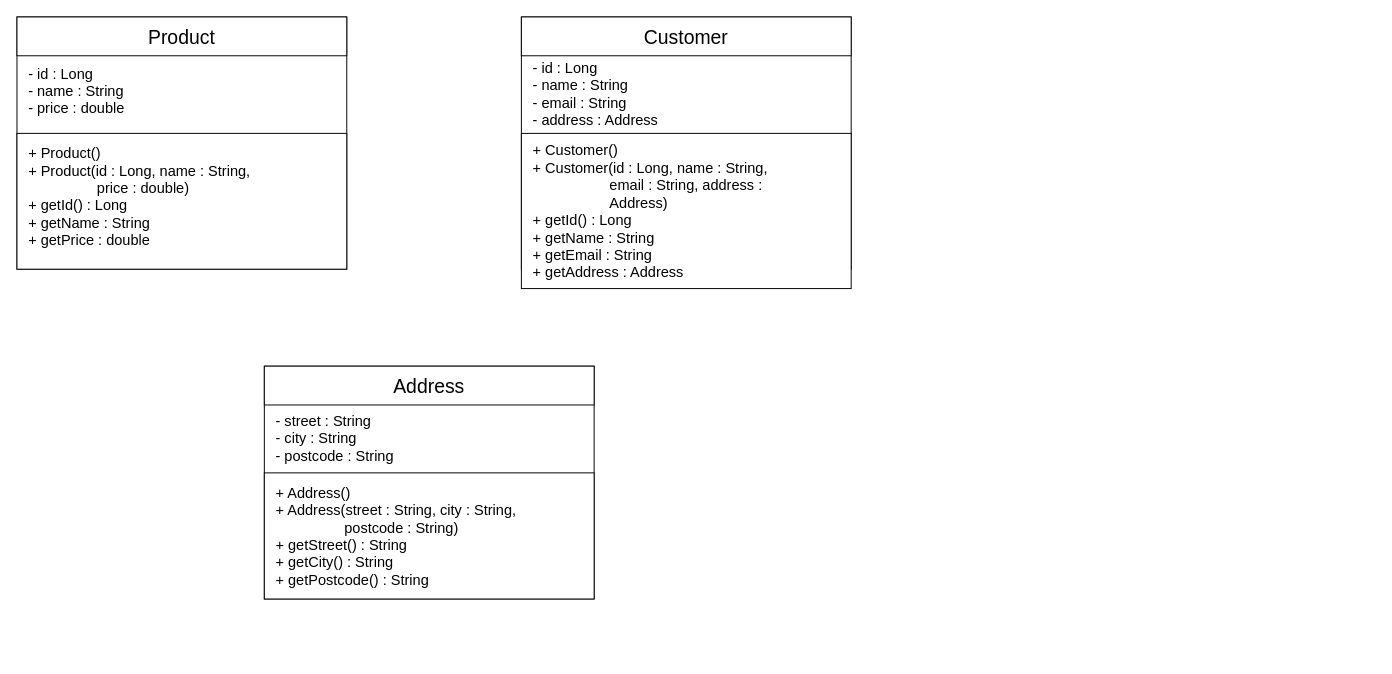
Before: docs/uml/OOP_UML.drawio in gimasha20250188-cpu/OOP_Tutorials, a draw.io diagram. Source tidied: cells renumbered, new cells numbered last; positions are measured from the earlier drawing's top-left corner, leaving out a move shared by most shapes. Both pictures are drawn from the tidied source at 97%, with x=0, y=0 at pixel (16, 16).
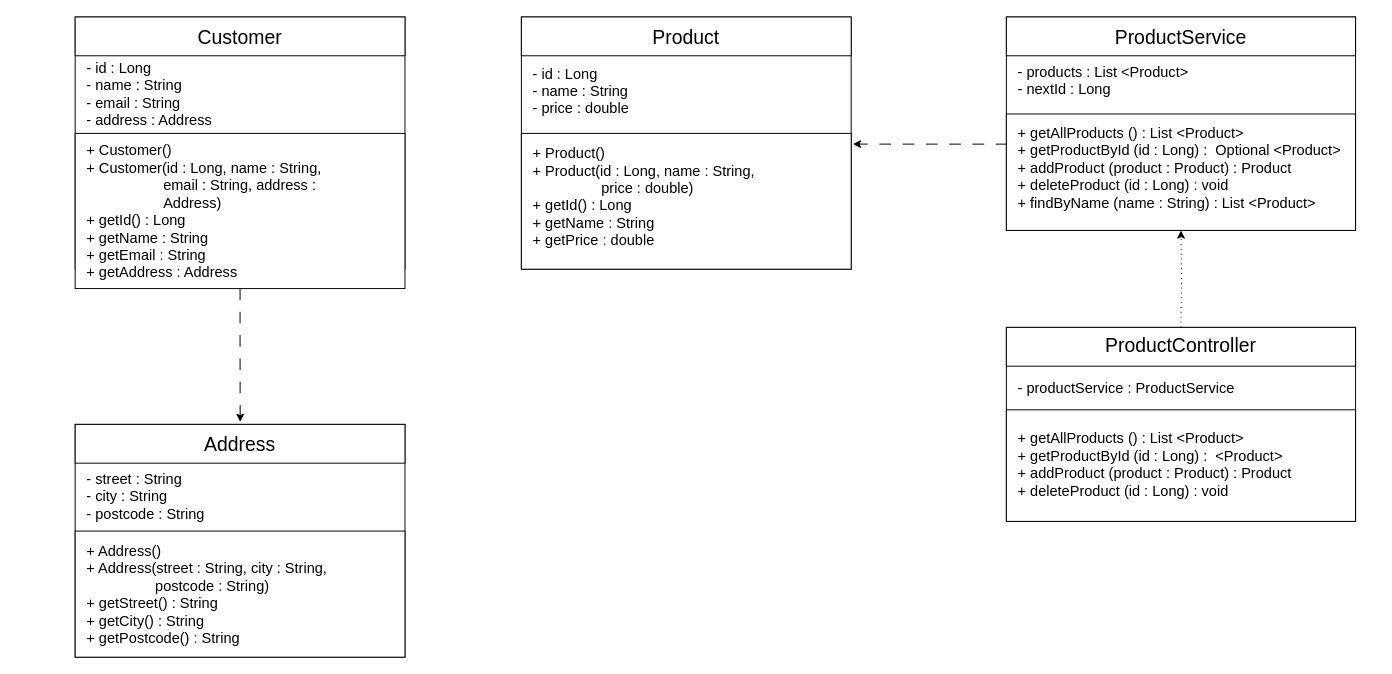
The same page after the edit.

Commit message:
Tutorial 03 UML notations

What changed in the source:
```diff
@@
     <mxCell id="2" style="rounded=0;whiteSpace=wrap;html=1;" parent="1" vertex="1">
-      <mxGeometry width="340" height="260" as="geometry" />
+      <mxGeometry x="520" width="340" height="260" as="geometry" />
     </mxCell>
     <mxCell id="3" style="rounded=0;whiteSpace=wrap;html=1;" parent="1" vertex="1">
-      <mxGeometry width="340" height="40" as="geometry" />
+      <mxGeometry x="520" width="340" height="40" as="geometry" />
     </mxCell>
     <mxCell id="4" value="Product" style="text;html=1;whiteSpace=wrap;strokeColor=none;fillColor=none;align=center;verticalAlign=middle;rounded=0;fontSize=20;" parent="1" vertex="1">
-      <mxGeometry x="140" y="5" width="60" height="30" as="geometry" />
+      <mxGeometry x="660" y="5" width="60" height="30" as="geometry" />
     </mxCell>
     <mxCell id="5" value="- id : Long&lt;div&gt;- name : String&lt;/div&gt;&lt;div&gt;- price : double&lt;br&gt;&lt;div&gt;&lt;br&gt;&lt;/div&gt;&lt;/div&gt;" style="text;html=1;whiteSpace=wrap;strokeColor=none;fillColor=none;align=left;verticalAlign=middle;rounded=0;fontSize=15;" parent="1" vertex="1">
-      <mxGeometry x="10" y="70" width="150" height="30" as="geometry" />
+      <mxGeometry x="530" y="70" width="150" height="30" as="geometry" />
     </mxCell>
     <mxCell id="6" style="rounded=0;whiteSpace=wrap;html=1;" parent="1" vertex="1">
-      <mxGeometry y="120" width="340" height="140" as="geometry" />
+      <mxGeometry x="520" y="120" width="340" height="140" as="geometry" />
     </mxCell>
     <mxCell id="7" value="&lt;div&gt;&lt;div&gt;+ Product()&lt;/div&gt;&lt;/div&gt;&lt;div&gt;+ Product(id : Long, name : String,&amp;nbsp; &amp;nbsp; &amp;nbsp; &amp;nbsp; &amp;nbsp; &amp;nbsp; &amp;nbsp; &amp;nbsp; &amp;nbsp; &amp;nbsp; &amp;nbsp; &amp;nbsp;price : double)&lt;/div&gt;&lt;div&gt;+ getId() : Long&lt;/div&gt;&lt;div&gt;+ getName : String&lt;/div&gt;&lt;div&gt;+ getPrice : double&lt;/div&gt;" style="text;html=1;whiteSpace=wrap;strokeColor=none;fillColor=none;align=left;verticalAlign=middle;rounded=0;fontSize=15;" parent="1" vertex="1">
-      <mxGeometry x="10" y="170" width="260" height="30" as="geometry" />
+      <mxGeometry x="530" y="170" width="260" height="30" as="geometry" />
     </mxCell>
     <mxCell id="8" style="rounded=0;whiteSpace=wrap;html=1;" parent="1" vertex="1">
-      <mxGeometry x="520" width="340" height="260" as="geometry" />
+      <mxGeometry x="60" width="340" height="260" as="geometry" />
     </mxCell>
     <mxCell id="9" style="rounded=0;whiteSpace=wrap;html=1;" parent="1" vertex="1">
-      <mxGeometry x="520" width="340" height="40" as="geometry" />
+      <mxGeometry x="60" width="340" height="40" as="geometry" />
     </mxCell>
     <mxCell id="10" value="Customer" style="text;html=1;whiteSpace=wrap;strokeColor=none;fillColor=none;align=center;verticalAlign=middle;rounded=0;fontSize=20;" parent="1" vertex="1">
-      <mxGeometry x="660" y="5" width="60" height="30" as="geometry" />
+      <mxGeometry x="200" y="5" width="60" height="30" as="geometry" />
     </mxCell>
     <mxCell id="11" value="- id : Long&lt;div&gt;- name : String&lt;/div&gt;&lt;div&gt;- email : String&lt;/div&gt;&lt;div&gt;- address : Address&lt;br&gt;&lt;div&gt;&lt;br&gt;&lt;/div&gt;&lt;/div&gt;" style="text;html=1;whiteSpace=wrap;strokeColor=none;fillColor=none;align=left;verticalAlign=middle;rounded=0;fontSize=15;" parent="1" vertex="1">
-      <mxGeometry x="530" y="73" width="150" height="30" as="geometry" />
+      <mxGeometry x="70" y="73" width="150" height="30" as="geometry" />
     </mxCell>
     <mxCell id="12" style="rounded=0;whiteSpace=wrap;html=1;" parent="1" vertex="1">
-      <mxGeometry x="520" y="120" width="340" height="160" as="geometry" />
+      <mxGeometry x="60" y="120" width="340" height="160" as="geometry" />
     </mxCell>
     <mxCell id="13" value="&lt;div&gt;&lt;div&gt;+ Customer()&lt;/div&gt;&lt;/div&gt;&lt;div&gt;+ Customer(id : Long, name : String,&amp;nbsp; &amp;nbsp; &amp;nbsp; &amp;nbsp; &amp;nbsp; &amp;nbsp; &amp;nbsp; &amp;nbsp; &amp;nbsp; &amp;nbsp; &amp;nbsp; &amp;nbsp;email : String, address :&amp;nbsp; &amp;nbsp; &amp;nbsp; &amp;nbsp; &amp;nbsp; &amp;nbsp; &amp;nbsp; &amp;nbsp; &amp;nbsp; &amp;nbsp; &amp;nbsp; &amp;nbsp; &amp;nbsp;Address)&lt;/div&gt;&lt;div&gt;+ getId() : Long&lt;/div&gt;&lt;div&gt;+ getName : String&lt;/div&gt;&lt;div&gt;+ getEmail : String&lt;/div&gt;&lt;div&gt;+ getAddress : Address&lt;/div&gt;" style="text;html=1;whiteSpace=wrap;strokeColor=none;fillColor=none;align=left;verticalAlign=middle;rounded=0;fontSize=15;" parent="1" vertex="1">
-      <mxGeometry x="530" y="185" width="260" height="30" as="geometry" />
+      <mxGeometry x="70" y="185" width="260" height="30" as="geometry" />
     </mxCell>
     <mxCell id="14" style="rounded=0;whiteSpace=wrap;html=1;" parent="1" vertex="1">
-      <mxGeometry x="255" y="360" width="340" height="240" as="geometry" />
+      <mxGeometry x="60" y="420" width="340" height="240" as="geometry" />
     </mxCell>
     <mxCell id="15" style="rounded=0;whiteSpace=wrap;html=1;" parent="1" vertex="1">
-      <mxGeometry x="255" y="360" width="340" height="40" as="geometry" />
+      <mxGeometry x="60" y="420" width="340" height="40" as="geometry" />
     </mxCell>
     <mxCell id="16" value="Address" style="text;html=1;whiteSpace=wrap;strokeColor=none;fillColor=none;align=center;verticalAlign=middle;rounded=0;fontSize=20;" parent="1" vertex="1">
-      <mxGeometry x="395" y="365" width="60" height="30" as="geometry" />
+      <mxGeometry x="200" y="425" width="60" height="30" as="geometry" />
     </mxCell>
     <mxCell id="17" value="&lt;br&gt;&lt;div&gt;- street : String&lt;/div&gt;&lt;div&gt;- city : String&lt;/div&gt;&lt;div&gt;- postcode : String&lt;/div&gt;&lt;div&gt;&lt;br&gt;&lt;div&gt;&lt;br&gt;&lt;/div&gt;&lt;/div&gt;" style="text;html=1;whiteSpace=wrap;strokeColor=none;fillColor=none;align=left;verticalAlign=middle;rounded=0;fontSize=15;" parent="1" vertex="1">
-      <mxGeometry x="265" y="428" width="150" height="30" as="geometry" />
+      <mxGeometry x="70" y="488" width="150" height="30" as="geometry" />
     </mxCell>
     <mxCell id="18" style="rounded=0;whiteSpace=wrap;html=1;" parent="1" vertex="1">
-      <mxGeometry x="255" y="470" width="340" height="130" as="geometry" />
+      <mxGeometry x="60" y="530" width="340" height="130" as="geometry" />
     </mxCell>
     <mxCell id="19" value="&lt;div&gt;&lt;div&gt;+ Address()&lt;/div&gt;&lt;/div&gt;&lt;div&gt;+ Address(street : String, city : String,&amp;nbsp; &amp;nbsp; &amp;nbsp; &amp;nbsp; &amp;nbsp; &amp;nbsp; &amp;nbsp; &amp;nbsp; &amp;nbsp; &amp;nbsp;postcode : String)&lt;/div&gt;&lt;div&gt;+ getStreet() : String&lt;/div&gt;&lt;div&gt;+ getCity() : String&lt;/div&gt;&lt;div&gt;+ getPostcode() : String&lt;/div&gt;" style="text;html=1;whiteSpace=wrap;strokeColor=none;fillColor=none;align=left;verticalAlign=middle;rounded=0;fontSize=15;" parent="1" vertex="1">
-      <mxGeometry x="265" y="520" width="260" height="30" as="geometry" />
+      <mxGeometry x="70" y="580" width="260" height="30" as="geometry" />
     </mxCell>
+    <mxCell id="20" style="rounded=0;whiteSpace=wrap;html=1;" parent="1" vertex="1">
+      <mxGeometry x="1020" width="360" height="220" as="geometry" />
+    </mxCell>
+    <mxCell id="21" style="rounded=0;whiteSpace=wrap;html=1;" parent="1" vertex="1">
+      <mxGeometry x="1020" width="360" height="40" as="geometry" />
+    </mxCell>
+    <mxCell id="22" value="ProductService" style="text;html=1;whiteSpace=wrap;strokeColor=none;fillColor=none;align=center;verticalAlign=middle;rounded=0;fontSize=20;" parent="1" vertex="1">
+      <mxGeometry x="1170" y="5" width="60" height="30" as="geometry" />
+    </mxCell>
+    <mxCell id="23" value="- products : List &amp;lt;Product&amp;gt;&lt;br&gt;- nextId : Long" style="text;html=1;whiteSpace=wrap;strokeColor=none;fillColor=none;align=left;verticalAlign=middle;rounded=0;fontSize=15;" parent="1" vertex="1">
+      <mxGeometry x="1030" y="50" width="210" height="30" as="geometry" />
+    </mxCell>
+    <mxCell id="24" style="rounded=0;whiteSpace=wrap;html=1;" parent="1" vertex="1">
+      <mxGeometry x="1020" y="100" width="360" height="120" as="geometry" />
+    </mxCell>
+    <mxCell id="25" value="+ getAllProducts () : List &amp;lt;Product&amp;gt;&lt;br&gt;+ getProductById (id : Long) :&amp;nbsp; Optional &amp;lt;Product&amp;gt;&lt;br&gt;+ addProduct (product : Product) : Product&lt;br&gt;+ deleteProduct (id : Long) : void&lt;br&gt;+ findByName (name : String) : List &amp;lt;Product&amp;gt;&lt;br&gt;&lt;div&gt;&lt;div&gt;&lt;/div&gt;&lt;/div&gt;" style="text;html=1;whiteSpace=wrap;strokeColor=none;fillColor=none;align=left;verticalAlign=middle;rounded=0;fontSize=15;" parent="1" vertex="1">
+      <mxGeometry x="1030" y="140" width="370" height="30" as="geometry" />
+    </mxCell>
+    <mxCell id="26" style="rounded=0;whiteSpace=wrap;html=1;" parent="1" vertex="1">
+      <mxGeometry x="1020" y="320" width="360" height="200" as="geometry" />
+    </mxCell>
+    <mxCell id="27" style="rounded=0;whiteSpace=wrap;html=1;" parent="1" vertex="1">
+      <mxGeometry x="1020" y="320" width="360" height="40" as="geometry" />
+    </mxCell>
+    <mxCell id="28" style="edgeStyle=orthogonalEdgeStyle;rounded=0;jettySize=auto;html=1;entryX=0.5;entryY=1;entryDx=0;entryDy=0;dashed=1;dashPattern=1 4;" parent="1" edge="1" target="24">
+      <mxGeometry relative="1" as="geometry">
+        <mxPoint x="1200" y="320" as="sourcePoint" />
+      </mxGeometry>
+    </mxCell>
+    <mxCell id="29" value="ProductController" style="text;html=1;whiteSpace=wrap;strokeColor=none;fillColor=none;align=center;verticalAlign=middle;rounded=0;fontSize=20;" parent="1" vertex="1">
+      <mxGeometry x="1170" y="323" width="60" height="30" as="geometry" />
+    </mxCell>
+    <mxCell id="30" value="- productService : ProductService&lt;br&gt;" style="text;html=1;whiteSpace=wrap;strokeColor=none;fillColor=none;align=left;verticalAlign=middle;rounded=0;fontSize=15;" parent="1" vertex="1">
+      <mxGeometry x="1030" y="367" width="320" height="30" as="geometry" />
+    </mxCell>
+    <mxCell id="31" style="rounded=0;whiteSpace=wrap;html=1;" parent="1" vertex="1">
+      <mxGeometry x="1020" y="405" width="360" height="115" as="geometry" />
+    </mxCell>
+    <mxCell id="32" value="+ getAllProducts () : List &amp;lt;Product&amp;gt;&lt;br&gt;+ getProductById (id : Long) :&amp;nbsp; &amp;lt;Product&amp;gt;&lt;br&gt;+ addProduct (product : Product) : Product&lt;br&gt;+ deleteProduct (id : Long) : void&lt;br&gt;&lt;br&gt;&lt;div&gt;&lt;div&gt;&lt;/div&gt;&lt;/div&gt;" style="text;html=1;whiteSpace=wrap;strokeColor=none;fillColor=none;align=left;verticalAlign=middle;rounded=0;fontSize=15;" parent="1" vertex="1">
+      <mxGeometry x="1030" y="455" width="370" height="30" as="geometry" />
+    </mxCell>
+    <mxCell id="33" style="edgeStyle=orthogonalEdgeStyle;rounded=0;jettySize=auto;html=1;exitX=0;exitY=0.25;exitDx=0;exitDy=0;entryX=1.005;entryY=0.079;entryDx=0;entryDy=0;entryPerimeter=0;dashed=1;dashPattern=12 12;" parent="1" edge="1" source="24" target="6">
+      <mxGeometry relative="1" as="geometry">
+        <Array as="points">
+          <mxPoint x="1020" y="131" />
+        </Array>
+      </mxGeometry>
+    </mxCell>
+    <mxCell id="34" style="edgeStyle=orthogonalEdgeStyle;rounded=0;jettySize=auto;html=1;exitX=0.5;exitY=1;exitDx=0;exitDy=0;entryX=0.502;entryY=-0.25;entryDx=0;entryDy=0;entryPerimeter=0;dashed=1;dashPattern=12 12;" parent="1" edge="1" source="12" target="16">
+      <mxGeometry relative="1" as="geometry" />
+    </mxCell>
```
